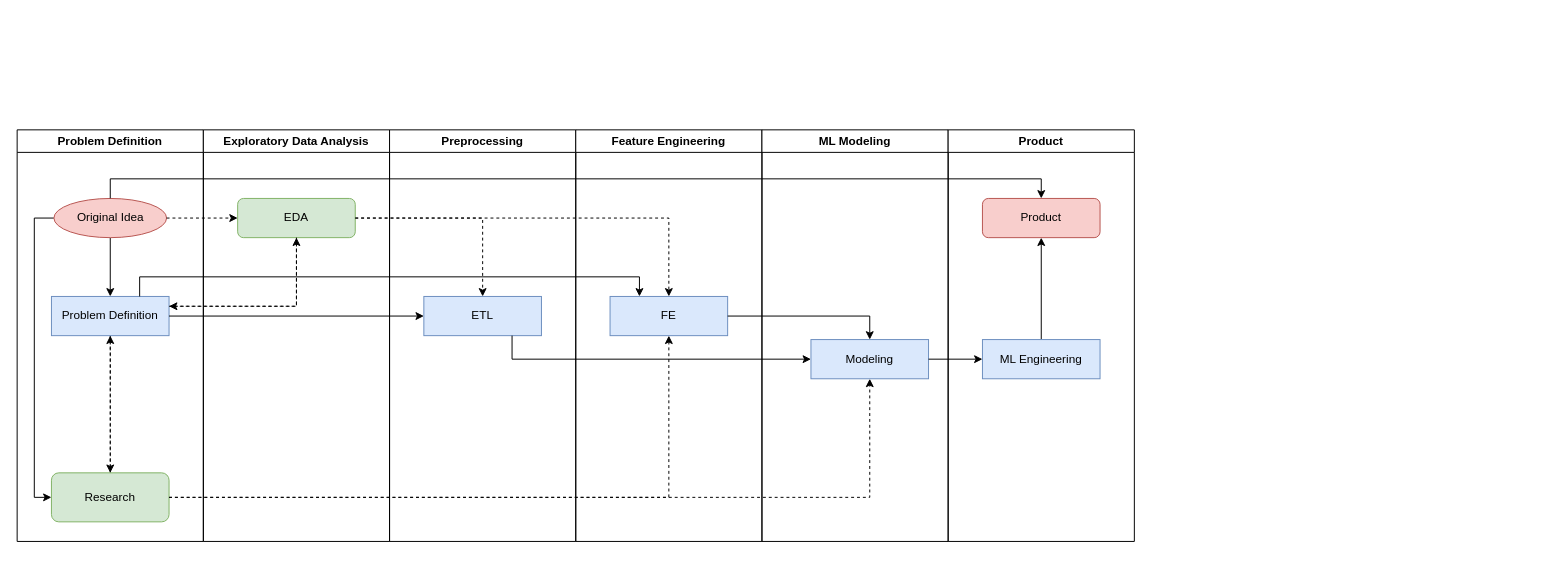
Before: image/ML_Flowchart.drawio in Ewen2015/BatCat, a draw.io diagram. Source tidied: cells renumbered, new cells numbered last; positions are measured from the earlier drawing's top-left corner, leaving out a move shared by most shapes. Both pictures are drawn from the tidied source at 98%, with x=0, y=0 at pixel (17, 129).
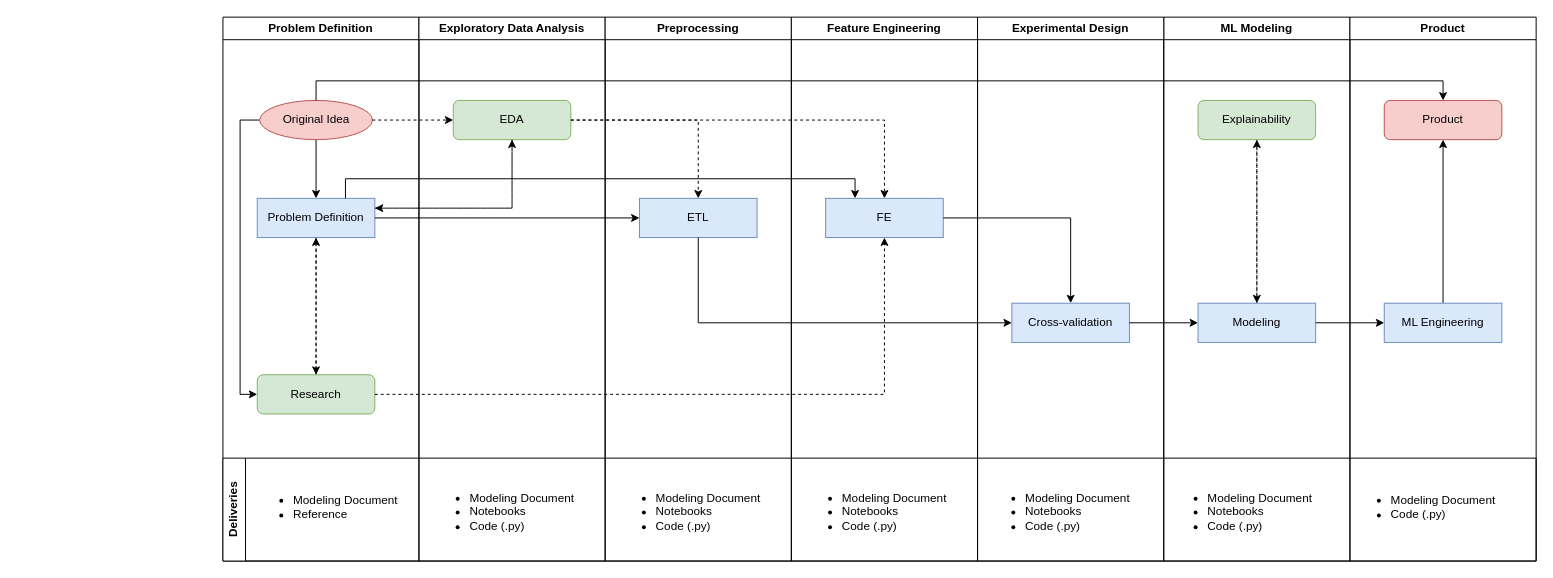
The same diagram, later.

Diff of the diagram source:
```diff
@@
     <mxCell id="2" value="Problem Definition" style="swimlane;whiteSpace=wrap;html=1;" parent="1" vertex="1">
-      <mxGeometry width="190" height="420" as="geometry" />
+      <mxGeometry x="210" y="-115" width="200" height="555" as="geometry" />
     </mxCell>
@@
     <mxCell id="5" value="Original Idea" style="ellipse;whiteSpace=wrap;html=1;fillColor=#f8cecc;strokeColor=#b85450;" parent="2" vertex="1">
-      <mxGeometry x="37.5" y="70" width="115" height="40" as="geometry" />
+      <mxGeometry x="37.5" y="85" width="115" height="40" as="geometry" />
     </mxCell>
@@
     <mxCell id="8" value="Problem Definition" style="rounded=0;whiteSpace=wrap;html=1;fillColor=#dae8fc;strokeColor=#6c8ebf;" parent="2" vertex="1">
-      <mxGeometry x="35" y="170" width="120" height="40" as="geometry" />
+      <mxGeometry x="35" y="184.9" width="120" height="40" as="geometry" />
     </mxCell>
@@
     <mxCell id="10" value="Research" style="rounded=1;whiteSpace=wrap;html=1;fillColor=#d5e8d4;strokeColor=#82b366;" parent="2" vertex="1">
-      <mxGeometry x="35" y="350" width="120" height="50" as="geometry" />
+      <mxGeometry x="35" y="364.9" width="120" height="40" as="geometry" />
     </mxCell>
+    <mxCell id="36" value="Deliveries" style="swimlane;horizontal=0;whiteSpace=wrap;html=1;" parent="2" vertex="1">
+      <mxGeometry y="450" width="1340" height="105" as="geometry" />
+    </mxCell>
+    <mxCell id="37" value="&lt;ul&gt;&lt;li&gt;Modeling Document&lt;/li&gt;&lt;li&gt;Reference&lt;/li&gt;&lt;/ul&gt;" style="text;html=1;align=left;verticalAlign=middle;strokeColor=none;fillColor=none;" parent="36" vertex="1">
+      <mxGeometry x="30" y="15" width="170" height="70" as="geometry" />
+    </mxCell>
     <mxCell id="11" value="Exploratory Data Analysis" style="swimlane;whiteSpace=wrap;html=1;" parent="1" vertex="1">
-      <mxGeometry x="190" width="190" height="420" as="geometry" />
+      <mxGeometry x="410" y="-115" width="190" height="555" as="geometry" />
     </mxCell>
     <mxCell id="12" value="EDA" style="rounded=1;whiteSpace=wrap;html=1;fillColor=#d5e8d4;strokeColor=#82b366;" parent="11" vertex="1">
-      <mxGeometry x="35" y="70" width="120" height="40" as="geometry" />
+      <mxGeometry x="35" y="85" width="120" height="40" as="geometry" />
     </mxCell>
+    <mxCell id="38" value="&lt;ul&gt;&lt;li&gt;Modeling Document&lt;/li&gt;&lt;li&gt;Notebooks&lt;/li&gt;&lt;li&gt;Code (.py)&lt;/li&gt;&lt;/ul&gt;" style="text;html=1;align=left;verticalAlign=middle;strokeColor=none;fillColor=none;" parent="11" vertex="1">
+      <mxGeometry x="10" y="465" width="170" height="80" as="geometry" />
+    </mxCell>
@@
     <mxCell id="14" value="Preprocessing" style="swimlane;whiteSpace=wrap;html=1;" parent="1" vertex="1">
-      <mxGeometry x="380" width="190" height="420" as="geometry" />
+      <mxGeometry x="600" y="-115" width="190" height="555" as="geometry" />
     </mxCell>
     <mxCell id="15" value="ETL" style="rounded=0;whiteSpace=wrap;html=1;fillColor=#dae8fc;strokeColor=#6c8ebf;" parent="14" vertex="1">
-      <mxGeometry x="35" y="170" width="120" height="40" as="geometry" />
+      <mxGeometry x="35" y="184.9" width="120" height="40" as="geometry" />
     </mxCell>
+    <mxCell id="39" value="&lt;ul&gt;&lt;li&gt;Modeling Document&lt;/li&gt;&lt;li&gt;Notebooks&lt;/li&gt;&lt;li&gt;Code (.py)&lt;/li&gt;&lt;/ul&gt;" style="text;html=1;align=left;verticalAlign=middle;strokeColor=none;fillColor=none;" parent="14" vertex="1">
+      <mxGeometry x="10" y="465" width="170" height="80" as="geometry" />
+    </mxCell>
     <mxCell id="16" value="Feature Engineering" style="swimlane;whiteSpace=wrap;html=1;" parent="1" vertex="1">
-      <mxGeometry x="570" width="190" height="420" as="geometry" />
+      <mxGeometry x="790" y="-115" width="190" height="555" as="geometry" />
     </mxCell>
     <mxCell id="17" value="FE" style="rounded=0;whiteSpace=wrap;html=1;fillColor=#dae8fc;strokeColor=#6c8ebf;" parent="16" vertex="1">
-      <mxGeometry x="35" y="170" width="120" height="40" as="geometry" />
+      <mxGeometry x="35" y="184.9" width="120" height="40" as="geometry" />
     </mxCell>
+    <mxCell id="40" value="&lt;ul&gt;&lt;li&gt;Modeling Document&lt;/li&gt;&lt;li&gt;Notebooks&lt;/li&gt;&lt;li&gt;Code (.py)&lt;/li&gt;&lt;/ul&gt;" style="text;html=1;align=left;verticalAlign=middle;strokeColor=none;fillColor=none;" parent="16" vertex="1">
+      <mxGeometry x="10" y="465" width="170" height="80" as="geometry" />
+    </mxCell>
@@
     <mxCell id="19" value="ML Modeling" style="swimlane;whiteSpace=wrap;html=1;" parent="1" vertex="1">
-      <mxGeometry x="760" width="190" height="420" as="geometry" />
+      <mxGeometry x="1170" y="-115" width="190" height="555" as="geometry" />
     </mxCell>
+    <mxCell id="41" style="edgeStyle=orthogonalEdgeStyle;rounded=0;jettySize=auto;html=1;exitX=0.5;exitY=0;exitDx=0;exitDy=0;dashed=1;" parent="19" edge="1" source="20" target="43">
+      <mxGeometry relative="1" as="geometry" />
+    </mxCell>
     <mxCell id="20" value="Modeling" style="rounded=0;whiteSpace=wrap;html=1;fillColor=#dae8fc;strokeColor=#6c8ebf;" parent="19" vertex="1">
-      <mxGeometry x="50" y="214" width="120" height="40" as="geometry" />
+      <mxGeometry x="35" y="291.9" width="120" height="40" as="geometry" />
     </mxCell>
-    <mxCell id="21" style="edgeStyle=orthogonalEdgeStyle;rounded=0;jettySize=auto;html=1;exitX=1;exitY=0.5;exitDx=0;exitDy=0;" parent="1" edge="1" source="17" target="20">
-      <mxGeometry relative="1" as="geometry" />
-    </mxCell>
+    <mxCell id="42" style="edgeStyle=orthogonalEdgeStyle;rounded=0;jettySize=auto;html=1;exitX=0.5;exitY=1;exitDx=0;exitDy=0;entryX=0.5;entryY=0;entryDx=0;entryDy=0;dashed=1;" parent="19" edge="1" source="43" target="20">
+      <mxGeometry relative="1" as="geometry" />
+    </mxCell>
+    <mxCell id="43" value="Explainability" style="rounded=1;whiteSpace=wrap;html=1;fillColor=#d5e8d4;strokeColor=#82b366;" parent="19" vertex="1">
+      <mxGeometry x="35" y="85" width="120" height="40" as="geometry" />
+    </mxCell>
+    <mxCell id="44" value="&lt;ul&gt;&lt;li&gt;Modeling Document&lt;/li&gt;&lt;li&gt;Notebooks&lt;/li&gt;&lt;li&gt;Code (.py)&lt;/li&gt;&lt;/ul&gt;" style="text;html=1;align=left;verticalAlign=middle;strokeColor=none;fillColor=none;" parent="19" vertex="1">
+      <mxGeometry x="3" y="465" width="170" height="80" as="geometry" />
+    </mxCell>
     <mxCell id="22" value="Product" style="swimlane;whiteSpace=wrap;html=1;" parent="1" vertex="1">
-      <mxGeometry x="950" width="190" height="420" as="geometry" />
+      <mxGeometry x="1360" y="-115" width="190" height="555" as="geometry" />
     </mxCell>
@@
     <mxCell id="24" value="ML Engineering" style="rounded=0;whiteSpace=wrap;html=1;fillColor=#dae8fc;strokeColor=#6c8ebf;" parent="22" vertex="1">
-      <mxGeometry x="35" y="214" width="120" height="40" as="geometry" />
+      <mxGeometry x="35" y="291.9" width="120" height="40" as="geometry" />
     </mxCell>
     <mxCell id="25" value="Product" style="rounded=1;whiteSpace=wrap;html=1;fillColor=#f8cecc;strokeColor=#b85450;" parent="22" vertex="1">
-      <mxGeometry x="35" y="70" width="120" height="40" as="geometry" />
+      <mxGeometry x="35" y="85" width="120" height="40" as="geometry" />
     </mxCell>
+    <mxCell id="45" value="&lt;ul&gt;&lt;li&gt;Modeling Document&lt;/li&gt;&lt;li&gt;Code (.py)&lt;/li&gt;&lt;/ul&gt;" style="text;html=1;align=left;verticalAlign=middle;strokeColor=none;fillColor=none;" parent="22" vertex="1">
+      <mxGeometry y="465" width="170" height="70" as="geometry" />
+    </mxCell>
@@
-    <mxCell id="31" style="edgeStyle=orthogonalEdgeStyle;rounded=0;jettySize=auto;html=1;exitX=1;exitY=0.5;exitDx=0;exitDy=0;dashed=1;" parent="1" edge="1" source="10" target="20">
-      <mxGeometry relative="1" as="geometry" />
-    </mxCell>
@@
-    <mxCell id="33" style="edgeStyle=orthogonalEdgeStyle;rounded=0;jettySize=auto;html=1;exitX=0.75;exitY=1;exitDx=0;exitDy=0;entryX=0;entryY=0.5;entryDx=0;entryDy=0;" parent="1" edge="1" source="15" target="20">
+    <mxCell id="33" style="edgeStyle=orthogonalEdgeStyle;rounded=0;jettySize=auto;html=1;exitX=0.5;exitY=1;exitDx=0;exitDy=0;entryX=0;entryY=0.5;entryDx=0;entryDy=0;" parent="1" edge="1" source="15" target="47">
       <mxGeometry relative="1" as="geometry" />
     </mxCell>
@@
+    <mxCell id="46" value="Experimental Design" style="swimlane;whiteSpace=wrap;html=1;" parent="1" vertex="1">
+      <mxGeometry x="980" y="-115" width="190" height="555" as="geometry" />
+    </mxCell>
+    <mxCell id="47" value="Cross-validation" style="rounded=0;whiteSpace=wrap;html=1;fillColor=#dae8fc;strokeColor=#6c8ebf;" parent="46" vertex="1">
+      <mxGeometry x="35" y="291.9" width="120" height="40" as="geometry" />
+    </mxCell>
+    <mxCell id="48" value="&lt;ul&gt;&lt;li&gt;Modeling Document&lt;/li&gt;&lt;li&gt;Notebooks&lt;/li&gt;&lt;li&gt;Code (.py)&lt;/li&gt;&lt;/ul&gt;" style="text;html=1;align=left;verticalAlign=middle;strokeColor=none;fillColor=none;" parent="46" vertex="1">
+      <mxGeometry x="7" y="465" width="170" height="80" as="geometry" />
+    </mxCell>
+    <mxCell id="49" style="edgeStyle=orthogonalEdgeStyle;rounded=0;jettySize=auto;html=1;exitX=1;exitY=0.5;exitDx=0;exitDy=0;" parent="1" edge="1" source="17" target="47">
+      <mxGeometry relative="1" as="geometry" />
+    </mxCell>
+    <mxCell id="50" style="edgeStyle=orthogonalEdgeStyle;rounded=0;jettySize=auto;html=1;exitX=1;exitY=0.5;exitDx=0;exitDy=0;entryX=0;entryY=0.5;entryDx=0;entryDy=0;" parent="1" edge="1" source="47" target="20">
+      <mxGeometry relative="1" as="geometry" />
+    </mxCell>
```
